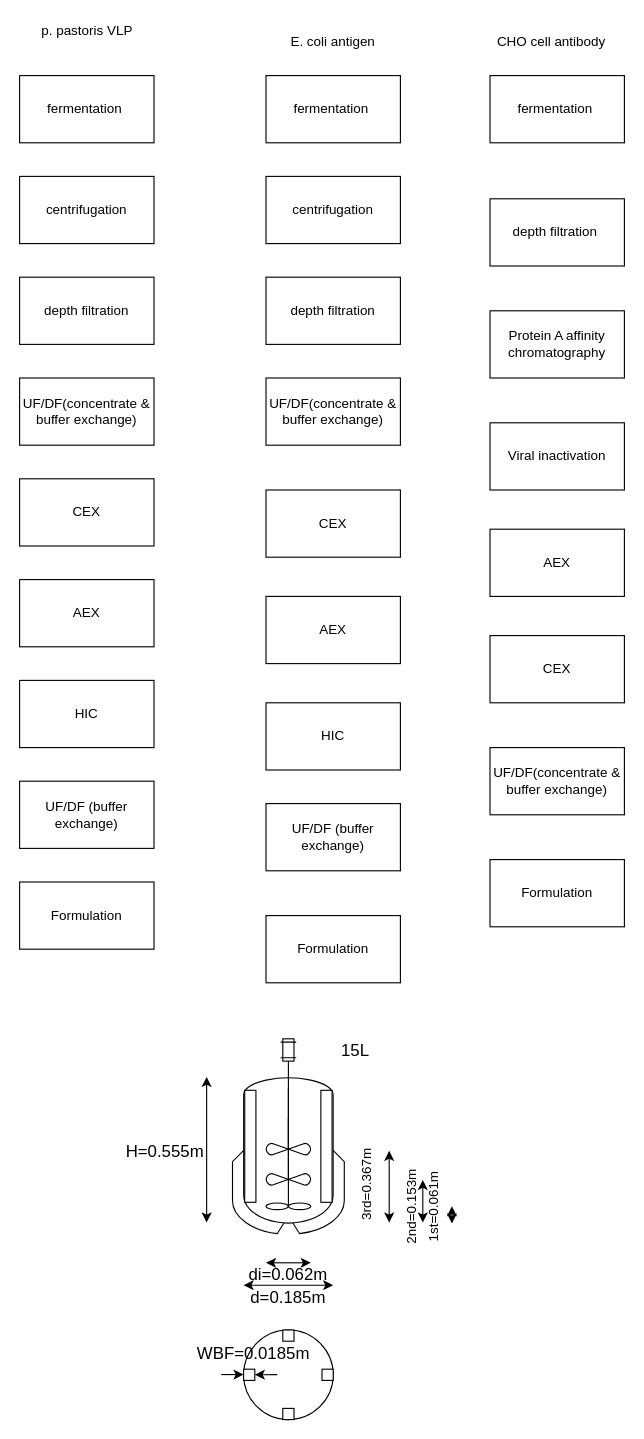
ucbeanz/test keeps this draw.io diagram as 0033.drawio. Above is the earlier version. Source tidied: cells renumbered, new cells numbered last; positions are measured from the earlier drawing's top-left corner, leaving out a move shared by most shapes. Both pictures are drawn from the tidied source at 112%, with x=0, y=0 at pixel (19, 19).
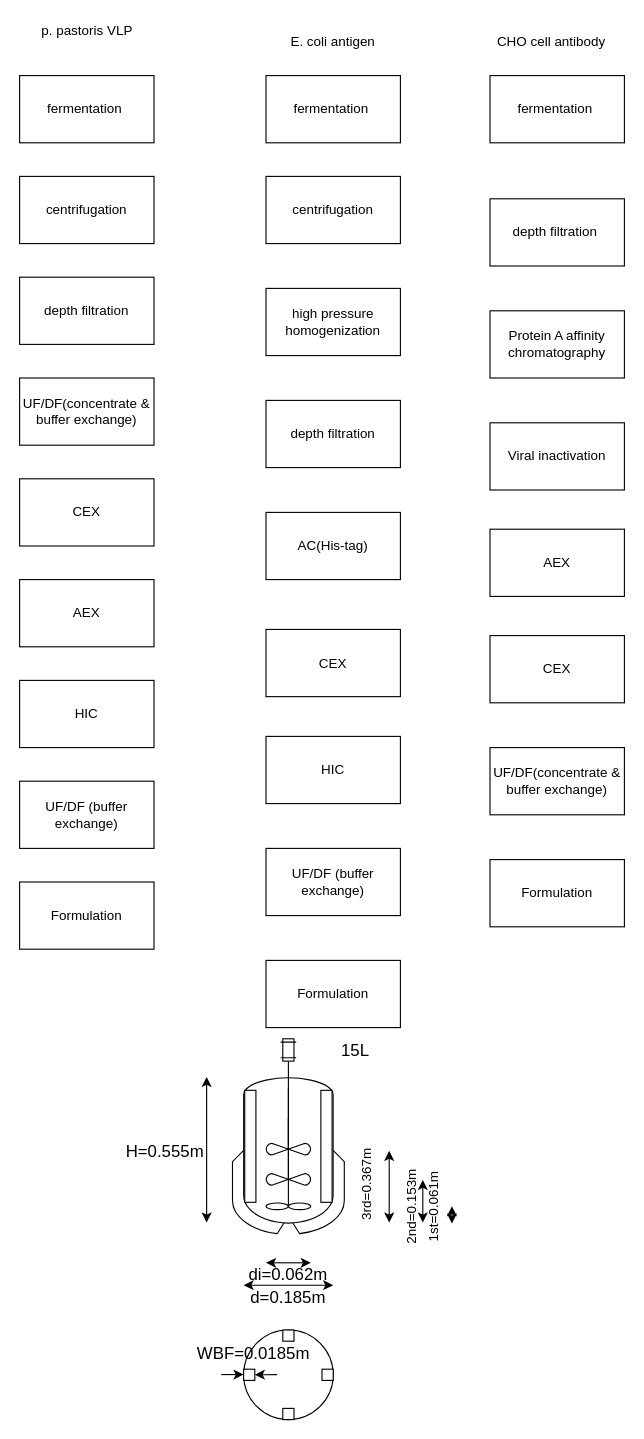
The same page after the edit.

Diff of the diagram source:
```diff
@@
     <mxCell id="41" value="depth filtration" style="rounded=0;whiteSpace=wrap;html=1;" parent="1" vertex="1">
-      <mxGeometry x="220" y="230" width="120" height="60" as="geometry" />
+      <mxGeometry x="220" y="340" width="120" height="60" as="geometry" />
     </mxCell>
@@
     <mxCell id="52" value="CEX" style="rounded=0;whiteSpace=wrap;html=1;" parent="1" vertex="1">
-      <mxGeometry x="220" y="420" width="120" height="60" as="geometry" />
+      <mxGeometry x="220" y="544.5" width="120" height="60" as="geometry" />
     </mxCell>
-    <mxCell id="53" value="AEX" style="rounded=0;whiteSpace=wrap;html=1;" parent="1" vertex="1">
-      <mxGeometry x="220" y="515" width="120" height="60" as="geometry" />
-    </mxCell>
     <mxCell id="54" value="HIC" style="rounded=0;whiteSpace=wrap;html=1;" parent="1" vertex="1">
-      <mxGeometry x="220" y="610" width="120" height="60" as="geometry" />
+      <mxGeometry x="220" y="640" width="120" height="60" as="geometry" />
     </mxCell>
     <mxCell id="55" value="UF/DF (buffer exchange)" style="rounded=0;whiteSpace=wrap;html=1;" parent="1" vertex="1">
-      <mxGeometry x="220" y="700" width="120" height="60" as="geometry" />
+      <mxGeometry x="220" y="740" width="120" height="60" as="geometry" />
     </mxCell>
     <mxCell id="56" value="Formulation" style="rounded=0;whiteSpace=wrap;html=1;" parent="1" vertex="1">
-      <mxGeometry x="220" y="800" width="120" height="60" as="geometry" />
+      <mxGeometry x="220" y="840" width="120" height="60" as="geometry" />
     </mxCell>
-    <mxCell id="57" value="UF/DF(concentrate &amp;amp; buffer exchange)" style="rounded=0;whiteSpace=wrap;html=1;" parent="1" vertex="1">
-      <mxGeometry x="220" y="320" width="120" height="60" as="geometry" />
+    <mxCell id="57" value="AC(His-tag)" style="rounded=0;whiteSpace=wrap;html=1;" parent="1" vertex="1">
+      <mxGeometry x="220" y="440" width="120" height="60" as="geometry" />
     </mxCell>
+    <mxCell id="58" value="high pressure homogenization" style="rounded=0;whiteSpace=wrap;html=1;" parent="1" vertex="1">
+      <mxGeometry x="220" y="240" width="120" height="60" as="geometry" />
+    </mxCell>
```
